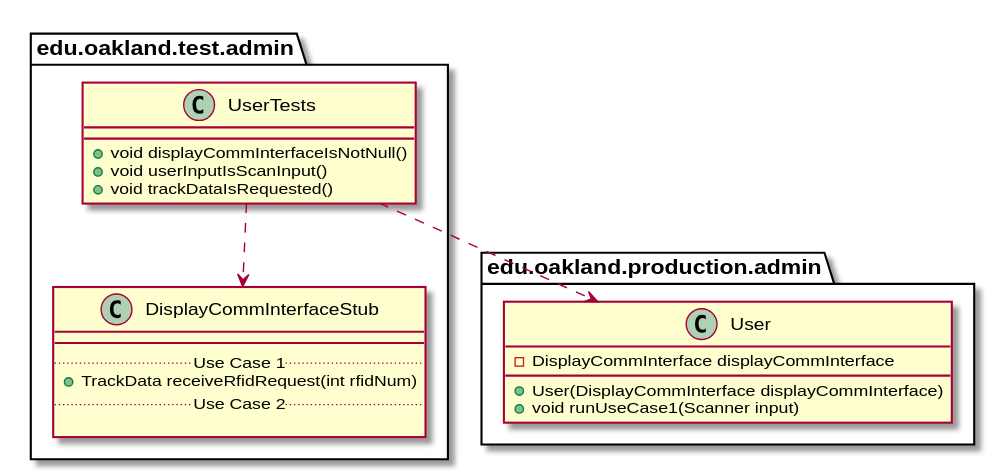
Above: docs/uml-class-diagrams/admin/test/UserTests/UserTests_DirectDependencies.svg in andrewdimmer/csi-3370-software-project (PlantUML), before the change.
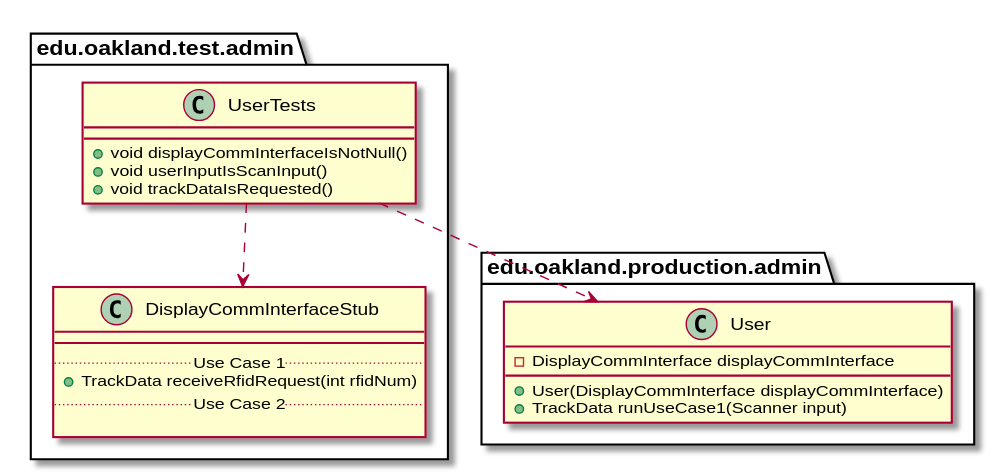
Later version of the same file.

Diff of the diagram source:
```diff
@@ -28,7 +28,7 @@
     class User {
         - DisplayCommInterface displayCommInterface
         + User(DisplayCommInterface displayCommInterface)
-        + void runUseCase1(Scanner input)
+        + TrackData runUseCase1(Scanner input)
     }
 }
 
```
